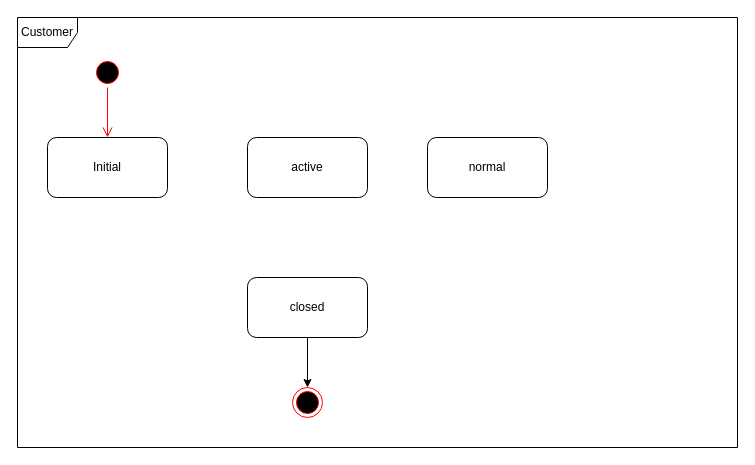
Above: Week6 UML State Diagram.drawio in Darren-ODonnell/BusinessModellingDiagrams (draw.io), before the change. Source tidied: cells renumbered, new cells numbered last; positions are measured from the earlier drawing's top-left corner, leaving out a move shared by most shapes. Both pictures are drawn from the tidied source at 100%, with x=0, y=0 at pixel (17, 17).
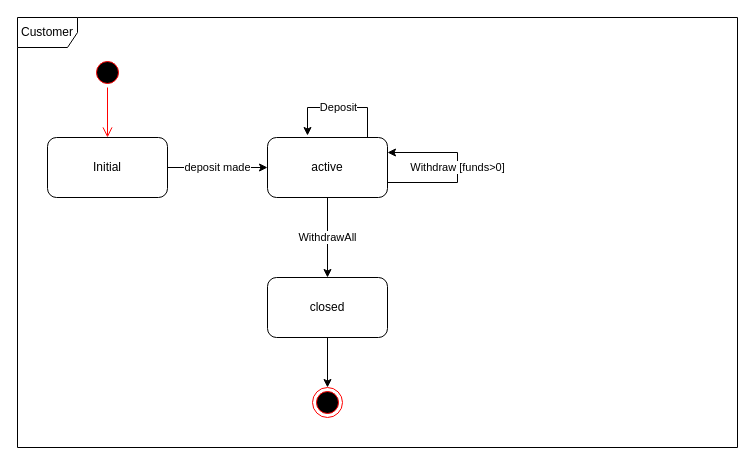
The same page after the edit.

What changed in the source:
```diff
@@
 <mxGraphModel>
   <root>
     <mxCell id="0" />
     <mxCell id="1" parent="0" />
     <mxCell id="2" value="Customer" style="shape=umlFrame;whiteSpace=wrap;html=1;" parent="1" vertex="1">
       <mxGeometry width="720" height="430" as="geometry" />
     </mxCell>
     <mxCell id="3" style="ellipse;html=1;shape=startState;fillColor=#000000;strokeColor=#ff0000;" parent="1" vertex="1">
       <mxGeometry x="75" y="40" width="30" height="30" as="geometry" />
     </mxCell>
     <mxCell id="4" style="edgeStyle=orthogonalEdgeStyle;html=1;verticalAlign=bottom;endArrow=open;endSize=8;strokeColor=#ff0000;rounded=0;entryX=0.5;entryY=0;entryDx=0;entryDy=0;" parent="1" edge="1" source="3" target="6">
       <mxGeometry relative="1" as="geometry" />
     </mxCell>
     <mxCell id="5" style="ellipse;html=1;shape=endState;fillColor=#000000;strokeColor=#ff0000;" parent="1" vertex="1">
-      <mxGeometry x="275" y="370" width="30" height="30" as="geometry" />
+      <mxGeometry x="295" y="370" width="30" height="30" as="geometry" />
     </mxCell>
+    <mxCell id="11" value="deposit made" style="edgeStyle=none;rounded=0;jettySize=auto;html=1;exitX=1;exitY=0.5;exitDx=0;exitDy=0;entryX=0;entryY=0.5;entryDx=0;entryDy=0;" parent="1" edge="1" source="6" target="9">
+      <mxGeometry relative="1" as="geometry" />
+    </mxCell>
     <mxCell id="6" value="Initial" style="rounded=1;whiteSpace=wrap;html=1;" parent="1" vertex="1">
       <mxGeometry x="30" y="120" width="120" height="60" as="geometry" />
     </mxCell>
     <mxCell id="7" style="edgeStyle=none;rounded=0;jettySize=auto;html=1;exitX=0.5;exitY=1;exitDx=0;exitDy=0;entryX=0.5;entryY=0;entryDx=0;entryDy=0;" parent="1" edge="1" source="8" target="5">
       <mxGeometry relative="1" as="geometry" />
     </mxCell>
     <mxCell id="8" value="closed" style="rounded=1;whiteSpace=wrap;html=1;" parent="1" vertex="1">
-      <mxGeometry x="230" y="260" width="120" height="60" as="geometry" />
+      <mxGeometry x="250" y="260" width="120" height="60" as="geometry" />
     </mxCell>
+    <mxCell id="12" value="Deposit" style="edgeStyle=orthogonalEdgeStyle;rounded=0;jettySize=auto;html=1;" parent="1" edge="1" source="9">
+      <mxGeometry relative="1" as="geometry">
+        <mxPoint x="290" y="118" as="targetPoint" />
+        <Array as="points">
+          <mxPoint x="350" y="90" />
+          <mxPoint x="290" y="90" />
+          <mxPoint x="290" y="118" />
+        </Array>
+      </mxGeometry>
+    </mxCell>
+    <mxCell id="13" value="WithdrawAll" style="edgeStyle=orthogonalEdgeStyle;rounded=0;jettySize=auto;html=1;exitX=0.5;exitY=1;exitDx=0;exitDy=0;" parent="1" edge="1" source="9" target="8">
+      <mxGeometry relative="1" as="geometry" />
+    </mxCell>
     <mxCell id="9" value="active" style="rounded=1;whiteSpace=wrap;html=1;" parent="1" vertex="1">
-      <mxGeometry x="230" y="120" width="120" height="60" as="geometry" />
+      <mxGeometry x="250" y="120" width="120" height="60" as="geometry" />
     </mxCell>
-    <mxCell id="10" value="normal" style="rounded=1;whiteSpace=wrap;html=1;" parent="1" vertex="1">
-      <mxGeometry x="410" y="120" width="120" height="60" as="geometry" />
-    </mxCell>
+    <mxCell id="14" value="Withdraw [funds&amp;gt;0]" style="edgeStyle=orthogonalEdgeStyle;rounded=0;orthogonalLoop=1;jettySize=auto;html=1;exitX=1;exitY=0.75;exitDx=0;exitDy=0;entryX=1;entryY=0.25;entryDx=0;entryDy=0;" parent="1" edge="1" source="9" target="9">
+      <mxGeometry relative="1" as="geometry">
+        <Array as="points">
+          <mxPoint x="440" y="165" />
+          <mxPoint x="440" y="135" />
+        </Array>
+      </mxGeometry>
+    </mxCell>
   </root>
 </mxGraphModel>
```
